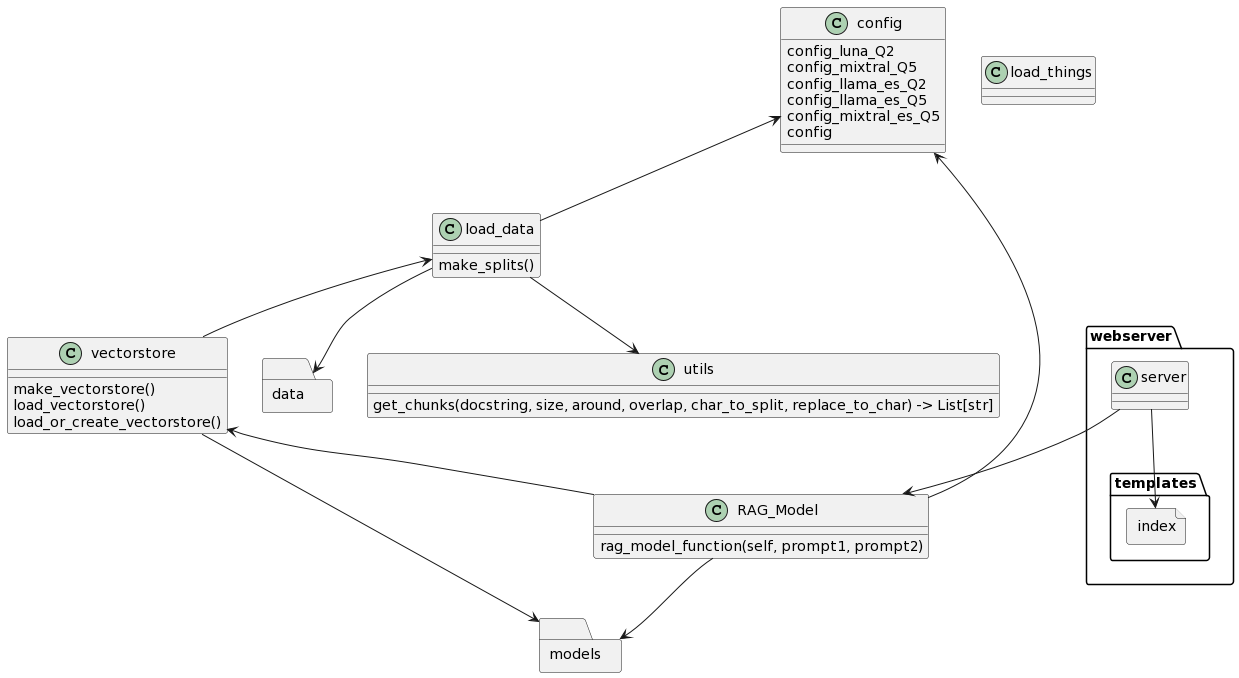
erickfmm/llm-simple-rag keeps this PlantUML diagram as docs/class-simplified.png. Above is the earlier version. Its diagram source:
```plantuml
@startuml
allowmixing
class vectorstore{
make_vectorstore()
load_vectorstore()
load_or_create_vectorstore()
}

class utils {
get_chunks(docstring, size, around, overlap, char_to_split, replace_to_char) -> List[str]
}

class RAG_Model {
rag_model_function(self, prompt1, prompt2)
}

class load_things {
}

class load_data {
make_splits()
}

class config {
config_luna_Q2
config_mixtral_Q5
config_llama_es_Q2
config_llama_es_Q5
config_mixtral_es_Q5
config
}



folder webserver {
class server {

}
folder templates {
file index
}
}

folder models
folder data


config <-- load_data
config <-- RAG_Model
vectorstore <-- RAG_Model
load_data <-- vectorstore

load_data --> utils

vectorstore --> models
RAG_Model --> models
load_data --> data

server --> RAG_Model
server --> index
@enduml
```
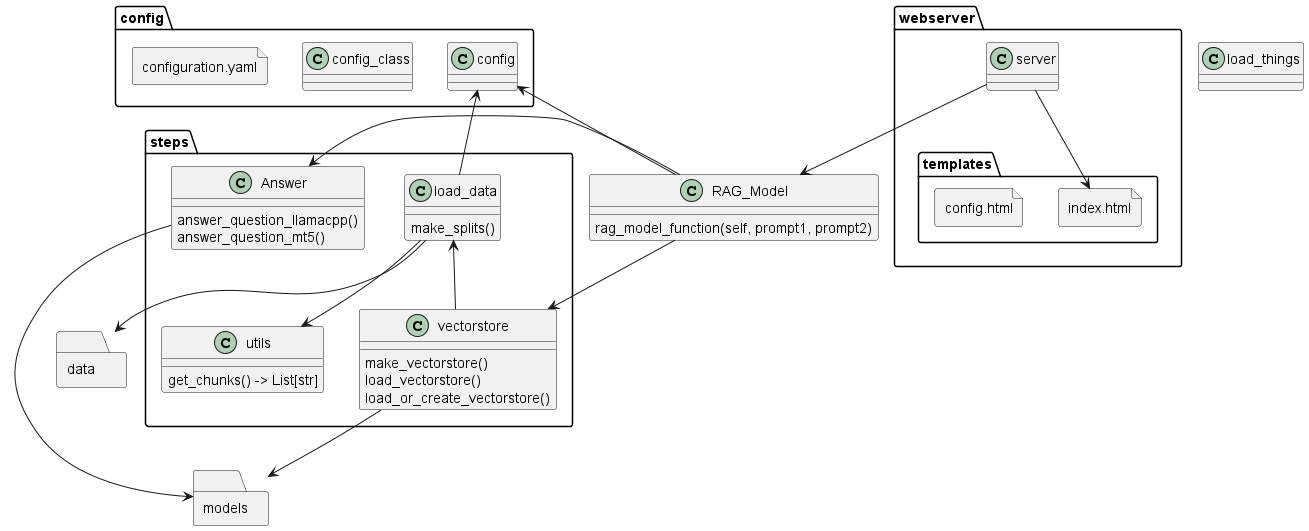
Later version of the same file.

Change to the diagram source:
```diff
@@ -1,14 +1,7 @@
 @startuml
 allowmixing
-class vectorstore{
-make_vectorstore()
-load_vectorstore()
-load_or_create_vectorstore()
-}
 
-class utils {
-get_chunks(docstring, size, around, overlap, char_to_split, replace_to_char) -> List[str]
-}
+
 
 class RAG_Model {
 rag_model_function(self, prompt1, prompt2)
@@ -16,18 +9,36 @@
 
 class load_things {
 }
+folder steps {
+class load_data {
+    make_splits()
+    }
+class utils {
+get_chunks() -> List[str]
+}
+class vectorstore{
+make_vectorstore()
+load_vectorstore()
+load_or_create_vectorstore()
+}
+class Answer{
+    answer_question_llamacpp()
+    answer_question_mt5()
 
-class load_data {
-make_splits()
 }
 
+}
+
+folder config {
 class config {
-config_luna_Q2
-config_mixtral_Q5
-config_llama_es_Q2
-config_llama_es_Q5
-config_mixtral_es_Q5
-config
+
+}
+class config_class {
+
+}
+file configuration.yaml {
+
+}
 }
 
 
@@ -37,12 +48,19 @@
 
 }
 folder templates {
-file index
+file index.html {
+
+}
+file config.html {
+
+}
 }
 }
 
 folder models
 folder data
+
+
 
 
 config <-- load_data
@@ -53,9 +71,12 @@
 load_data --> utils
 
 vectorstore --> models
-RAG_Model --> models
+RAG_Model ---> Answer
 load_data --> data
+Answer ---> models
 
 server --> RAG_Model
-server --> index
+server --> index.html
+
+
 @enduml
```
